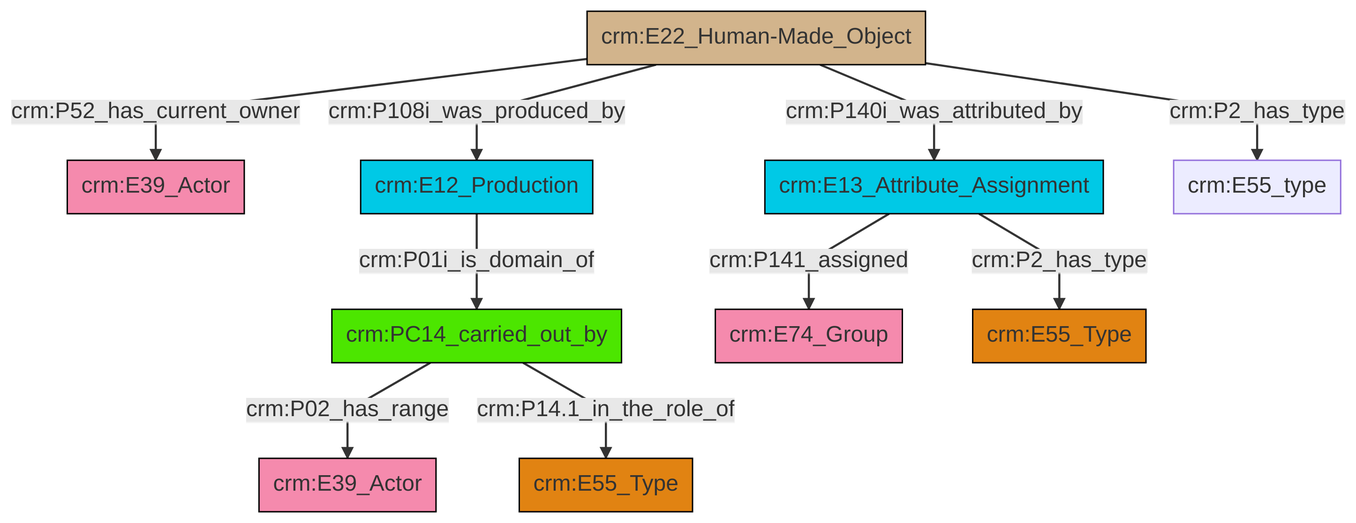
This is et/builtWorkCSV/ttl/mmd/png/Built_Work_actor_relations.png from swiss-art-research-net/docs.swissartresearch, a Mermaid export, as it was before one commit. Its source is kept beside it as et/builtWorkCSV/ttl/mmd/Built_Work_actor_relations.ttl.mmd.
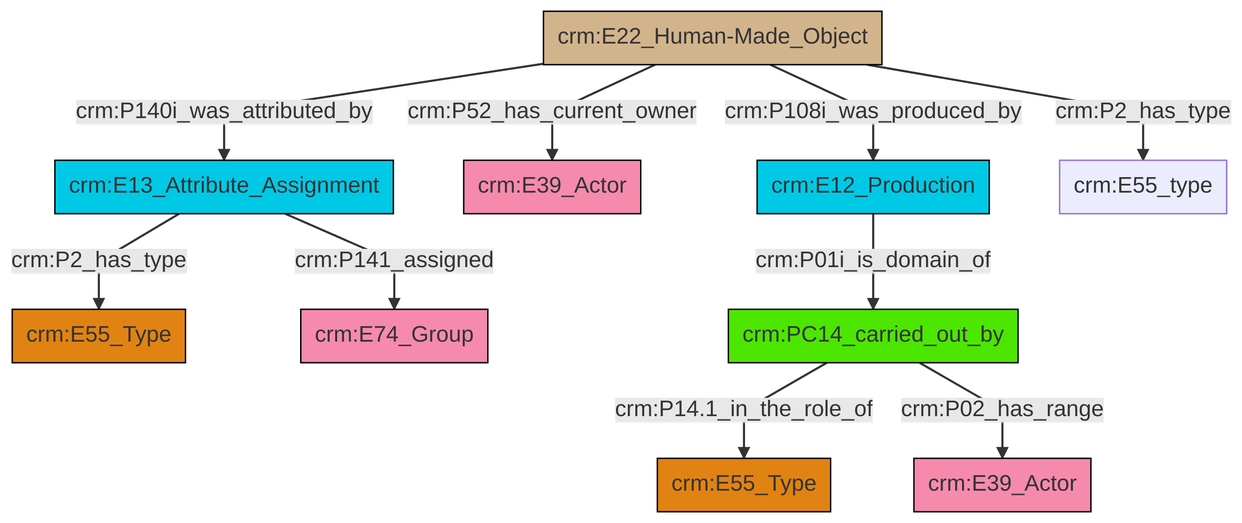
The same diagram one commit later.

Change to the diagram source:
```diff
@@ -13,12 +13,12 @@
 classDef PC_Classes fill:#4ce600, stroke:#000000;
 classDef Multi fill:#cccccc,stroke:#000000;
 
-0["crm:PC14_carried_out_by"]:::PC_Classes -->|crm:P02_has_range| 1["crm:E39_Actor"]:::Actor
-4["crm:E22_Human-Made_Object"]:::Physical_Thing -->|crm:P140i_was_attributed_by| 5["crm:E13_Attribute_Assignment"]:::Temporal_Entity
-6["crm:E12_Production"]:::Temporal_Entity -->|crm:P01i_is_domain_of| 0["crm:PC14_carried_out_by"]:::PC_Classes
-4["crm:E22_Human-Made_Object"]:::Physical_Thing -->|crm:P108i_was_produced_by| 6["crm:E12_Production"]:::Temporal_Entity
-5["crm:E13_Attribute_Assignment"]:::Temporal_Entity -->|crm:P141_assigned| 9["crm:E74_Group"]:::Actor
-4["crm:E22_Human-Made_Object"]:::Physical_Thing -->|crm:P2_has_type| 7["crm:E55_type"]:::Default
-5["crm:E13_Attribute_Assignment"]:::Temporal_Entity -->|crm:P2_has_type| 10["crm:E55_Type"]:::Type
-4["crm:E22_Human-Made_Object"]:::Physical_Thing -->|crm:P52_has_current_owner| 2["crm:E39_Actor"]:::Actor
-0["crm:PC14_carried_out_by"]:::PC_Classes -->|crm:P14.1_in_the_role_of| 12["crm:E55_Type"]:::Type
+12["crm:E13_Attribute_Assignment"]:::Temporal_Entity -->|crm:P141_assigned| 6["crm:E74_Group"]:::Actor
+13["crm:E22_Human-Made_Object"]:::Physical_Thing -->|crm:P108i_was_produced_by| 8["crm:E12_Production"]:::Temporal_Entity
+13["crm:E22_Human-Made_Object"]:::Physical_Thing -->|crm:P2_has_type| 15["crm:E55_type"]:::Default
+13["crm:E22_Human-Made_Object"]:::Physical_Thing -->|crm:P52_has_current_owner| 10["crm:E39_Actor"]:::Actor
+13["crm:E22_Human-Made_Object"]:::Physical_Thing -->|crm:P140i_was_attributed_by| 12["crm:E13_Attribute_Assignment"]:::Temporal_Entity
+19["crm:PC14_carried_out_by"]:::PC_Classes -->|crm:P14.1_in_the_role_of| 0["crm:E55_Type"]:::Type
+12["crm:E13_Attribute_Assignment"]:::Temporal_Entity -->|crm:P2_has_type| 4["crm:E55_Type"]:::Type
+8["crm:E12_Production"]:::Temporal_Entity -->|crm:P01i_is_domain_of| 19["crm:PC14_carried_out_by"]:::PC_Classes
+19["crm:PC14_carried_out_by"]:::PC_Classes -->|crm:P02_has_range| 2["crm:E39_Actor"]:::Actor
```
